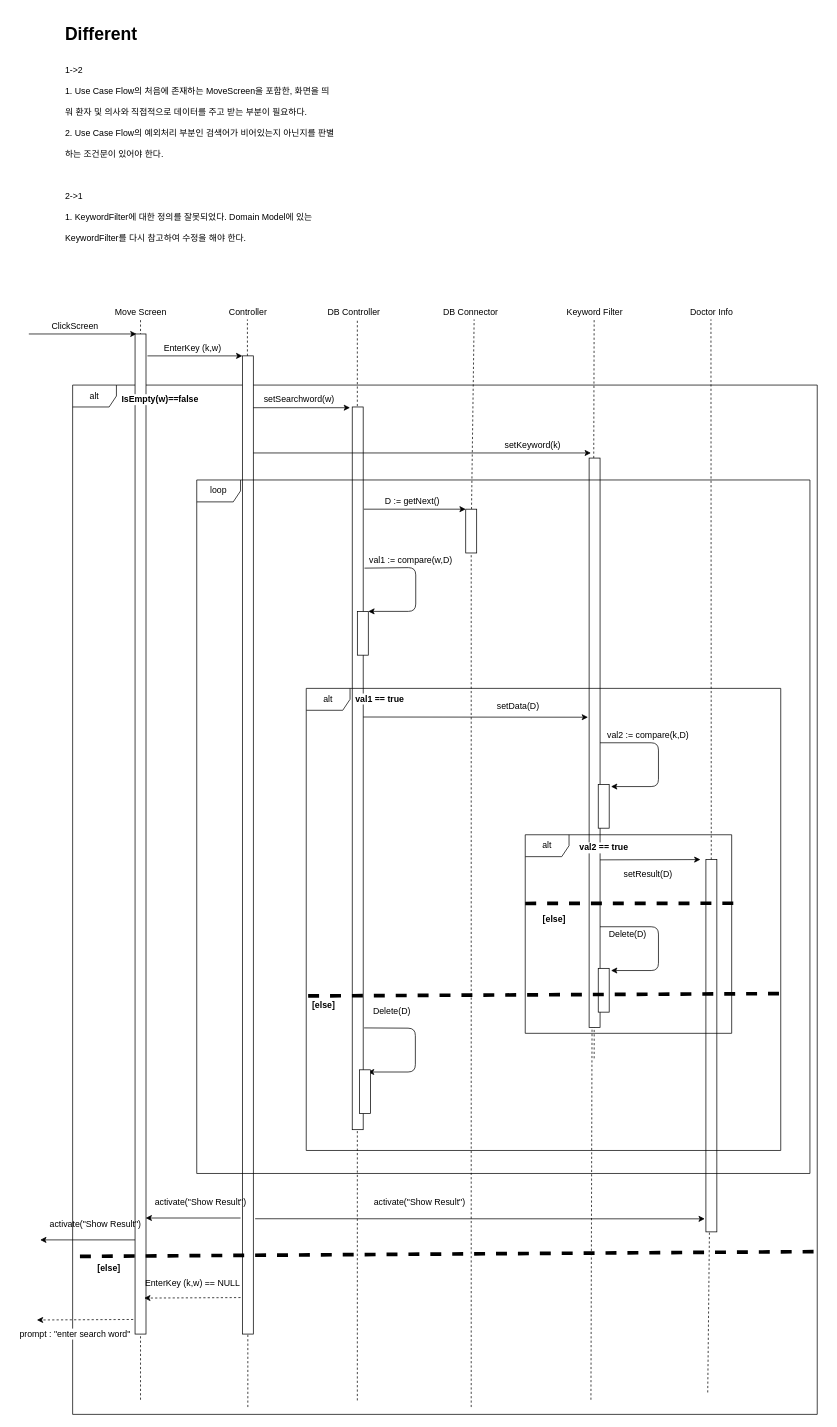
EatChangmyeong/software-engineering keeps this draw.io diagram as Sequence Diagram.drawio. Above is the earlier version. Source tidied: cells renumbered, new cells numbered last; positions are measured from the earlier drawing's top-left corner, leaving out a move shared by most shapes. Both pictures are drawn from the tidied source at 73%, with x=0, y=0 at pixel (12, 20).
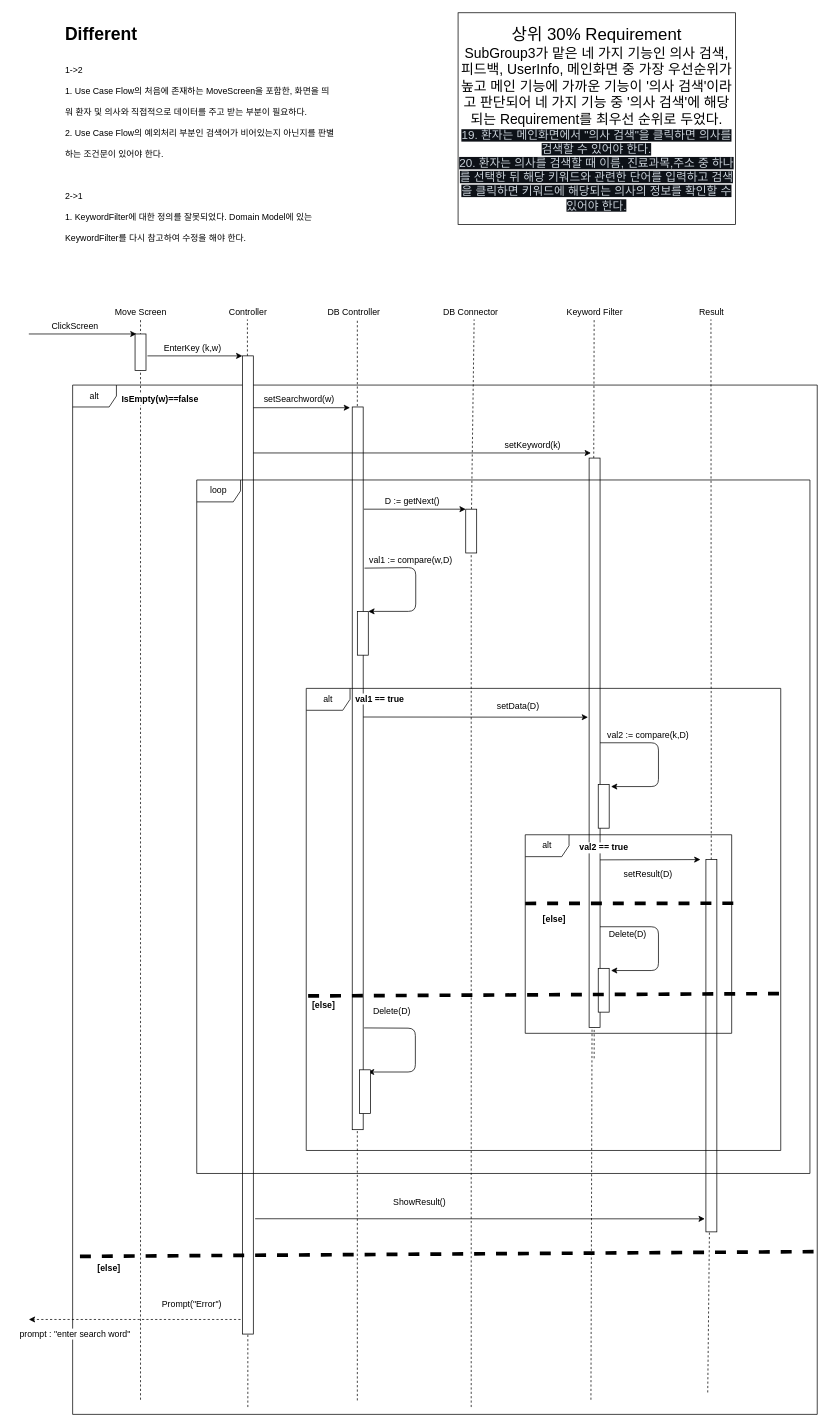
Above is the later version.

Commit message (it also covers changes not shown here):
sequence & class diagram

The edit, as a diff of the source:
```diff
@@
-    <mxCell id="14" value="Doctor Info" style="text;html=1;align=center;verticalAlign=middle;strokeColor=none;" parent="1" vertex="1">
-      <mxGeometry x="922" y="390" width="70" height="20" as="geometry" />
+    <mxCell id="14" value="Result" style="text;html=1;align=center;verticalAlign=middle;strokeColor=none;" parent="1" vertex="1">
+      <mxGeometry x="932" y="390" width="50" height="20" as="geometry" />
     </mxCell>
@@
     <mxCell id="16" style="rounded=0;whiteSpace=wrap;html=1;" parent="1" vertex="1">
-      <mxGeometry x="167.5" y="430" width="15" height="1370" as="geometry" />
+      <mxGeometry x="167.5" y="430" width="15" height="50" as="geometry" />
     </mxCell>
@@
-    <mxCell id="40" style="endArrow=classic;html=1;" parent="1" edge="1">
-      <mxGeometry relative="1" as="geometry">
-        <mxPoint x="312" y="1641" as="sourcePoint" />
-        <mxPoint x="182" y="1641" as="targetPoint" />
-      </mxGeometry>
-    </mxCell>
@@
-    <mxCell id="53" value="activate(&quot;Show Result&quot;)" style="text;html=1;align=center;verticalAlign=middle;strokeColor=none;" parent="1" vertex="1">
-      <mxGeometry x="487" y="1610" width="140" height="20" as="geometry" />
+    <mxCell id="53" value="ShowResult()" style="text;html=1;align=center;verticalAlign=middle;strokeColor=none;" parent="1" vertex="1">
+      <mxGeometry x="512" y="1610" width="90" height="20" as="geometry" />
     </mxCell>
@@
-    <mxCell id="65" style="endArrow=classic;html=1;dashed=1;entryX=0.833;entryY=0.964;entryDx=0;entryDy=0;entryPerimeter=0;" parent="1" edge="1" target="16">
-      <mxGeometry relative="1" as="geometry">
-        <mxPoint x="312" y="1750" as="sourcePoint" />
-      </mxGeometry>
-    </mxCell>
@@
-    <mxCell id="68" value="activate(&quot;Show Result&quot;)" style="text;html=1;align=center;verticalAlign=middle;strokeColor=none;" parent="1" vertex="1">
-      <mxGeometry x="187" y="1610" width="140" height="20" as="geometry" />
-    </mxCell>
@@
-    <mxCell id="70" value="EnterKey (k,w) == NULL" style="text;html=1;align=center;verticalAlign=middle;strokeColor=none;" parent="1" vertex="1">
-      <mxGeometry x="171" y="1720" width="150" height="20" as="geometry" />
+    <mxCell id="70" value="Prompt(&quot;Error&quot;)" style="text;html=1;align=center;verticalAlign=middle;strokeColor=none;" parent="1" vertex="1">
+      <mxGeometry x="195" y="1750" width="100" height="20" as="geometry" />
     </mxCell>
-    <mxCell id="71" style="endArrow=classic;html=1;dashed=1;entryX=0.833;entryY=0.964;entryDx=0;entryDy=0;entryPerimeter=0;" parent="1" edge="1">
+    <mxCell id="71" style="endArrow=classic;html=1;dashed=1;" parent="1" edge="1">
       <mxGeometry relative="1" as="geometry">
-        <mxPoint x="165" y="1780" as="sourcePoint" />
-        <mxPoint x="33" y="1780.7" as="targetPoint" />
+        <mxPoint x="312" y="1780" as="sourcePoint" />
+        <mxPoint x="22" y="1780" as="targetPoint" />
       </mxGeometry>
     </mxCell>
-    <mxCell id="72" style="endArrow=classic;html=1;" parent="1" edge="1">
-      <mxGeometry relative="1" as="geometry">
-        <mxPoint x="167.5" y="1671" as="sourcePoint" />
-        <mxPoint x="37.5" y="1671" as="targetPoint" />
-      </mxGeometry>
+    <mxCell id="72" value="&lt;font&gt;&lt;span style=&quot;font-size: 23px&quot;&gt;상위 30% Requirement&lt;/span&gt;&lt;br&gt;&lt;font style=&quot;font-size: 19px&quot;&gt;SubGroup3가 맡은 네 가지 기능인 의사 검색, 피드백, UserInfo, 메인화면 중 가장 우선순위가 높고 메인 기능에 가까운 기능이 '의사 검색'이라고 판단되어 네 가지 기능 중 '의사 검색'에 해당되는 Requirement를 최우선 순위로 두었다.&lt;/font&gt;&lt;br&gt;&lt;/font&gt;&lt;span style=&quot;background-color: rgb(13 , 17 , 23) ; color: rgb(201 , 209 , 217) ; font-size: 16px&quot;&gt;19. 환자는 메인화면에서 &quot;의사 검색&quot;을 클릭하면 의사를 검색할 수 있어야 한다.&lt;br&gt;&lt;/span&gt;&lt;span style=&quot;background-color: rgb(13 , 17 , 23) ; color: rgb(201 , 209 , 217) ; font-size: 16px&quot;&gt;20. 환자는 의사를 검색할 때 이름, 진료과목,주소 중 하나를 선택한 뒤 해당 키워드와 관련한 단어를 입력하고 검색을 클릭하면 키워드에 해당되는 의사의 정보를 확인할 수 있어야 한다.&lt;/span&gt;&lt;span style=&quot;background-color: rgb(13 , 17 , 23) ; color: rgb(201 , 209 , 217) ; font-size: 16px&quot;&gt;&lt;br&gt;&lt;/span&gt;" style="whiteSpace=wrap;html=1;" parent="1" vertex="1">
+      <mxGeometry x="610" y="-10" width="380" height="290" as="geometry" />
     </mxCell>
-    <mxCell id="73" value="activate(&quot;Show Result&quot;)" style="text;html=1;align=center;verticalAlign=middle;strokeColor=none;" parent="1" vertex="1">
-      <mxGeometry x="42.5" y="1640" width="140" height="20" as="geometry" />
-    </mxCell>
```
